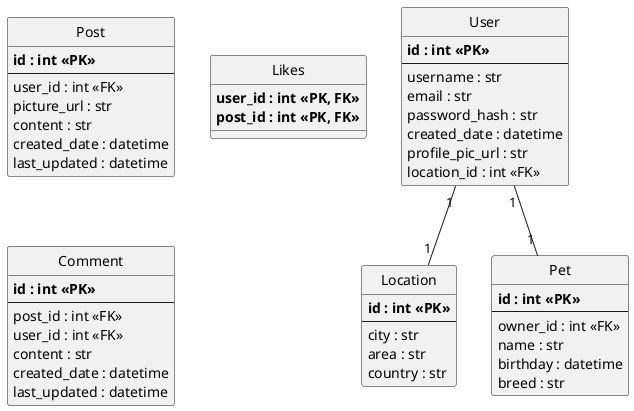
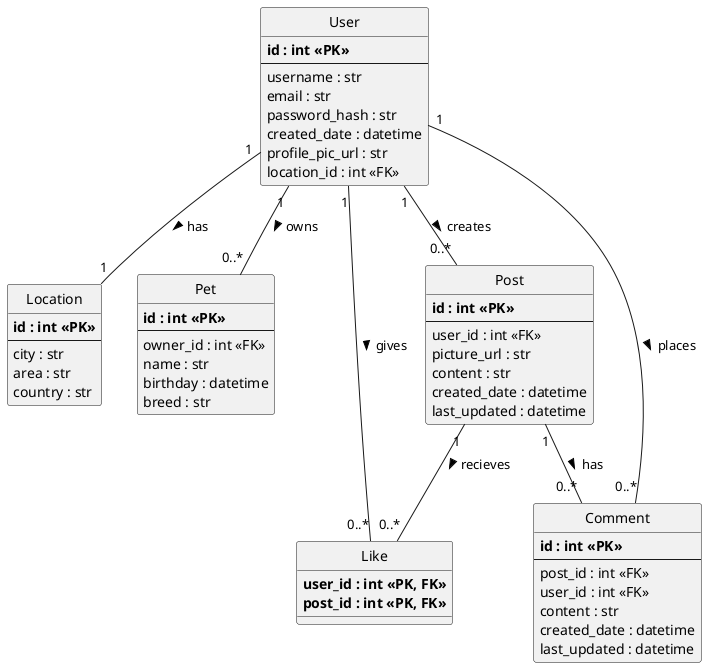
@startuml
hide circle

class User {
    **id : int <<PK>>**
    --
    username : str
    email : str
    password_hash : str
    created_date : datetime
    profile_pic_url : str
    location_id : int <<FK>>
}


class Location {
    **id : int <<PK>>**
    --
    city : str
    area : str
    country : str
}

class Pet {
    **id : int <<PK>>**
    --
    owner_id : int <<FK>>
    name : str
    birthday : datetime
    breed : str
}

class Post {
    **id : int <<PK>>**
    --
    user_id : int <<FK>>
    picture_url : str
    content : str
    created_date : datetime
    last_updated : datetime
}

- class Likes {
+ class Like {
    **user_id : int <<PK, FK>>**
    **post_id : int <<PK, FK>>**
}

class Comment {
    **id : int <<PK>>**
    --
    post_id : int <<FK>>
    user_id : int <<FK>>
    content : str
    created_date : datetime
    last_updated : datetime
}

- User "1" -- "1" Location
+ ' Define relationships between tables

- User "1" -- "1" Pet
+ User "1" -- "1" Location: has >
+ User "1" -- "0..*" Pet: owns >
+ User "1" -- "0..*" Post: creates >
+ Post "1" -- "0..*" Like: recieves >
+ User "1" -- "0..*" Like: gives >
+ Post "1" -- "0..*" Comment: has >
+ User "1" -- "0..*" Comment: places >

@enduml
